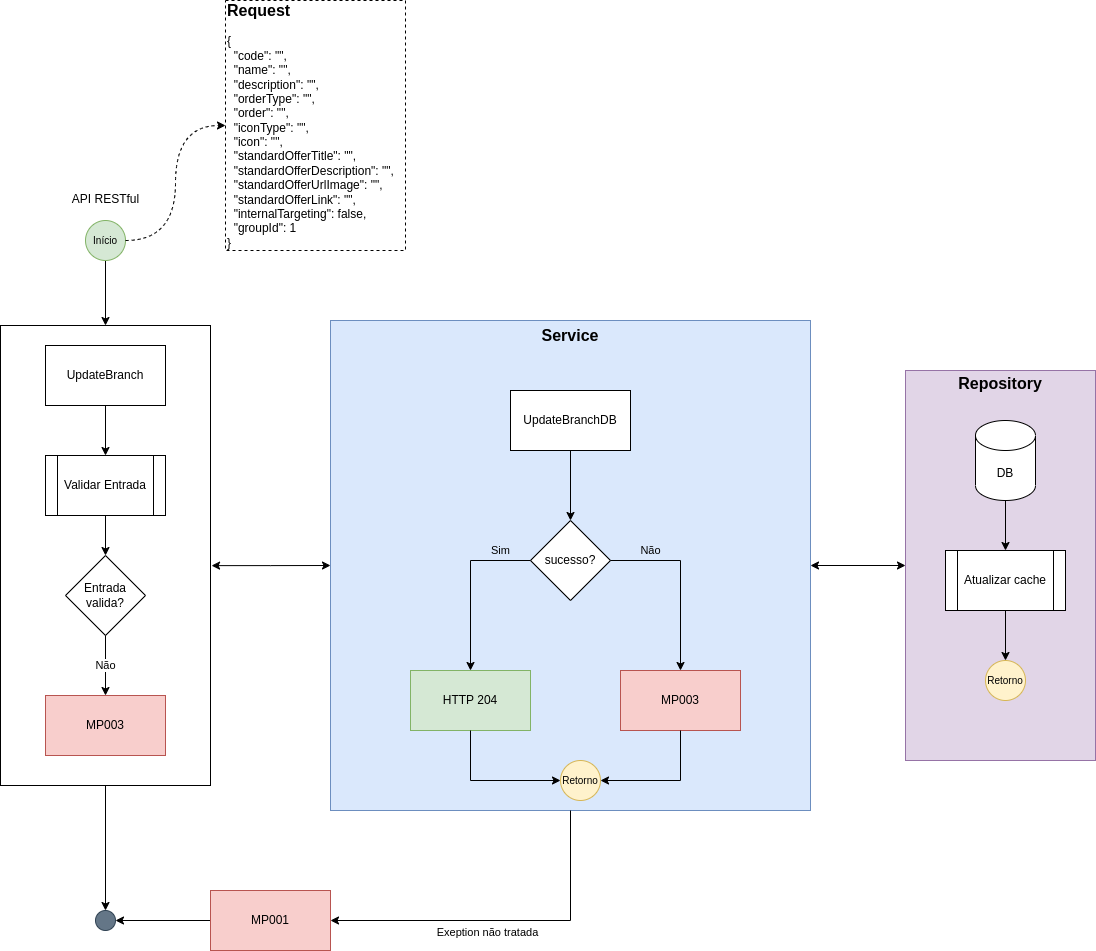
This is MP_estrutura_grupos_ramos-API-UpdateBranches-Fluxogram.drawio.png from eduardohv-ciandt/vsminhasprotecoes, a draw.io export, as it was before one commit. Source tidied: cells renumbered, new cells last; positions are measured from the earlier drawing's top-left corner, leaving out a move shared by most shapes. Source of this version:
```xml
<mxGraphModel>
  <root>
    <mxCell id="0" />
    <mxCell id="1" parent="0" />
    <mxCell id="2" style="edgeStyle=orthogonalEdgeStyle;rounded=0;jettySize=auto;html=1;labelBackgroundColor=none;fontSize=16;" parent="1" edge="1" source="28" target="4">
      <mxGeometry relative="1" as="geometry" />
    </mxCell>
    <mxCell id="3" style="edgeStyle=orthogonalEdgeStyle;rounded=0;jettySize=auto;html=1;entryX=0;entryY=0.5;entryDx=0;entryDy=0;labelBackgroundColor=none;fontSize=16;startArrow=classic;startFill=1;" parent="1" edge="1" source="15" target="8">
      <mxGeometry relative="1" as="geometry" />
    </mxCell>
    <mxCell id="4" style="ellipse;whiteSpace=wrap;html=1;fillColor=#647687;strokeColor=#314354;fontSize=10;fontColor=#ffffff;" parent="1" vertex="1">
      <mxGeometry x="95" y="910" width="20" height="20" as="geometry" />
    </mxCell>
    <mxCell id="5" style="edgeStyle=orthogonalEdgeStyle;rounded=0;jettySize=auto;html=1;fontSize=10;entryX=0.5;entryY=0;entryDx=0;entryDy=0;" parent="1" edge="1" target="28">
      <mxGeometry relative="1" as="geometry">
        <mxPoint x="105" y="260" as="sourcePoint" />
      </mxGeometry>
    </mxCell>
    <mxCell id="6" style="edgeStyle=orthogonalEdgeStyle;rounded=0;jettySize=auto;html=1;entryX=1;entryY=0.5;entryDx=0;entryDy=0;labelBackgroundColor=none;fontSize=16;" parent="1" edge="1" source="7" target="4">
      <mxGeometry relative="1" as="geometry" />
    </mxCell>
    <mxCell id="7" value="MP001" style="rounded=0;whiteSpace=wrap;html=1;fillColor=#f8cecc;strokeColor=#b85450;" parent="1" vertex="1">
      <mxGeometry x="210" y="890" width="120" height="60" as="geometry" />
    </mxCell>
    <mxCell id="8" value="&lt;b&gt;&lt;font style=&quot;font-size: 16px;&quot;&gt;Repository&lt;br&gt;&lt;br&gt;&lt;br&gt;&lt;br&gt;&lt;br&gt;&lt;br&gt;&lt;br&gt;&lt;br&gt;&lt;br&gt;&lt;br&gt;&lt;br&gt;&lt;br&gt;&lt;br&gt;&lt;br&gt;&lt;br&gt;&lt;br&gt;&lt;br&gt;&lt;br&gt;&lt;br&gt;&lt;br&gt;&lt;/font&gt;&lt;/b&gt;" style="rounded=0;whiteSpace=wrap;html=1;fillColor=#e1d5e7;strokeColor=#9673a6;" parent="1" vertex="1">
      <mxGeometry x="905" y="370" width="190" height="390" as="geometry" />
    </mxCell>
    <mxCell id="9" value="DB" style="shape=cylinder3;whiteSpace=wrap;html=1;boundedLbl=1;backgroundOutline=1;size=15;" parent="1" vertex="1">
      <mxGeometry x="975" y="420" width="60" height="80" as="geometry" />
    </mxCell>
    <mxCell id="10" value="Atualizar cache" style="shape=process;whiteSpace=wrap;html=1;backgroundOutline=1;" parent="1" vertex="1">
      <mxGeometry x="945" y="550" width="120" height="60" as="geometry" />
    </mxCell>
    <mxCell id="11" style="edgeStyle=orthogonalEdgeStyle;rounded=0;jettySize=auto;html=1;entryX=0.5;entryY=0;entryDx=0;entryDy=0;exitX=0.5;exitY=1;exitDx=0;exitDy=0;exitPerimeter=0;" parent="1" edge="1" source="9" target="10">
      <mxGeometry relative="1" as="geometry" />
    </mxCell>
    <mxCell id="12" value="Retorno" style="ellipse;whiteSpace=wrap;html=1;fillColor=#fff2cc;strokeColor=#d6b656;fontSize=10;" parent="1" vertex="1">
      <mxGeometry x="985" y="660" width="40" height="40" as="geometry" />
    </mxCell>
    <mxCell id="13" style="edgeStyle=orthogonalEdgeStyle;rounded=0;jettySize=auto;html=1;entryX=0.5;entryY=0;entryDx=0;entryDy=0;exitX=0.5;exitY=1;exitDx=0;exitDy=0;" parent="1" edge="1" source="10" target="12">
      <mxGeometry relative="1" as="geometry" />
    </mxCell>
    <mxCell id="14" style="group;" parent="1" vertex="1">
      <mxGeometry x="330" y="320" width="480" height="490" as="geometry" />
    </mxCell>
    <mxCell id="15" value="&lt;b&gt;&lt;font style=&quot;font-size: 16px;&quot;&gt;Service&lt;br&gt;&lt;br&gt;&lt;br&gt;&lt;br&gt;&lt;br&gt;&lt;br&gt;&lt;br&gt;&lt;br&gt;&lt;br&gt;&lt;br&gt;&lt;br&gt;&lt;br&gt;&lt;br&gt;&lt;br&gt;&lt;br&gt;&lt;br&gt;&lt;br&gt;&lt;br&gt;&lt;br&gt;&lt;br&gt;&lt;br&gt;&lt;br&gt;&lt;br&gt;&lt;br&gt;&lt;br&gt;&lt;/font&gt;&lt;/b&gt;" style="rounded=0;whiteSpace=wrap;html=1;fillColor=#dae8fc;strokeColor=#6c8ebf;" parent="14" vertex="1">
      <mxGeometry width="480" height="490" as="geometry" />
    </mxCell>
    <mxCell id="16" value="UpdateBranchDB" style="rounded=0;whiteSpace=wrap;html=1;" parent="14" vertex="1">
      <mxGeometry x="180" y="70" width="120" height="60" as="geometry" />
    </mxCell>
    <mxCell id="17" value="sucesso?" style="rhombus;whiteSpace=wrap;html=1;" parent="14" vertex="1">
      <mxGeometry x="200" y="200" width="80" height="80" as="geometry" />
    </mxCell>
    <mxCell id="18" style="edgeStyle=orthogonalEdgeStyle;rounded=0;jettySize=auto;html=1;labelBackgroundColor=none;fontSize=16;entryX=0.5;entryY=0;entryDx=0;entryDy=0;exitX=0.5;exitY=1;exitDx=0;exitDy=0;" parent="14" edge="1" source="16" target="17">
      <mxGeometry relative="1" as="geometry" />
    </mxCell>
    <mxCell id="19" value="MP003" style="rounded=0;whiteSpace=wrap;html=1;fillColor=#f8cecc;strokeColor=#b85450;" parent="14" vertex="1">
      <mxGeometry x="290" y="350" width="120" height="60" as="geometry" />
    </mxCell>
    <mxCell id="20" value="Não" style="edgeStyle=orthogonalEdgeStyle;rounded=0;jettySize=auto;html=1;entryX=0.5;entryY=0;entryDx=0;entryDy=0;labelBackgroundColor=none;" parent="14" edge="1" source="17" target="19">
      <mxGeometry x="-0.56" y="10" relative="1" as="geometry" />
    </mxCell>
    <mxCell id="21" value="HTTP 204" style="rounded=0;whiteSpace=wrap;html=1;fillColor=#d5e8d4;strokeColor=#82b366;" parent="14" vertex="1">
      <mxGeometry x="80" y="350" width="120" height="60" as="geometry" />
    </mxCell>
    <mxCell id="22" value="Sim" style="edgeStyle=orthogonalEdgeStyle;rounded=0;jettySize=auto;html=1;exitX=0;exitY=0.5;exitDx=0;exitDy=0;entryX=0.5;entryY=0;entryDx=0;entryDy=0;labelBackgroundColor=none;" parent="14" edge="1" source="17" target="21">
      <mxGeometry x="-0.65" y="-10" relative="1" as="geometry" />
    </mxCell>
    <mxCell id="23" value="Retorno" style="ellipse;whiteSpace=wrap;html=1;fillColor=#fff2cc;strokeColor=#d6b656;fontSize=10;" parent="14" vertex="1">
      <mxGeometry x="230" y="440" width="40" height="40" as="geometry" />
    </mxCell>
    <mxCell id="24" style="edgeStyle=orthogonalEdgeStyle;rounded=0;jettySize=auto;html=1;entryX=1;entryY=0.5;entryDx=0;entryDy=0;labelBackgroundColor=none;fontSize=16;exitX=0.5;exitY=1;exitDx=0;exitDy=0;" parent="14" edge="1" source="19" target="23">
      <mxGeometry relative="1" as="geometry" />
    </mxCell>
    <mxCell id="25" style="edgeStyle=orthogonalEdgeStyle;rounded=0;jettySize=auto;html=1;entryX=0;entryY=0.5;entryDx=0;entryDy=0;labelBackgroundColor=none;fontSize=16;exitX=0.5;exitY=1;exitDx=0;exitDy=0;" parent="14" edge="1" source="21" target="23">
      <mxGeometry relative="1" as="geometry" />
    </mxCell>
    <mxCell id="26" value="&lt;font style=&quot;font-size: 11px;&quot;&gt;Exeption não tratada&lt;/font&gt;" style="edgeStyle=orthogonalEdgeStyle;rounded=0;jettySize=auto;html=1;entryX=1;entryY=0.5;entryDx=0;entryDy=0;labelBackgroundColor=none;fontSize=16;exitX=0.5;exitY=1;exitDx=0;exitDy=0;" parent="1" edge="1" source="15" target="7">
      <mxGeometry x="0.1" y="10" relative="1" as="geometry" />
    </mxCell>
    <mxCell id="27" style="group;" parent="1" vertex="1">
      <mxGeometry y="325" width="210" height="460" as="geometry" />
    </mxCell>
    <mxCell id="28" style="rounded=0;whiteSpace=wrap;html=1;fontSize=16;" parent="27" vertex="1">
      <mxGeometry width="210" height="460" as="geometry" />
    </mxCell>
    <mxCell id="29" value="UpdateBranch" style="rounded=0;whiteSpace=wrap;html=1;" parent="27" vertex="1">
      <mxGeometry x="45" y="20" width="120" height="60" as="geometry" />
    </mxCell>
    <mxCell id="30" value="Validar Entrada" style="shape=process;whiteSpace=wrap;html=1;backgroundOutline=1;" parent="27" vertex="1">
      <mxGeometry x="45" y="130" width="120" height="60" as="geometry" />
    </mxCell>
    <mxCell id="31" style="edgeStyle=orthogonalEdgeStyle;rounded=0;jettySize=auto;html=1;" parent="27" edge="1" source="29" target="30">
      <mxGeometry relative="1" as="geometry" />
    </mxCell>
    <mxCell id="32" value="Entrada&lt;br&gt;valida?" style="rhombus;whiteSpace=wrap;html=1;" parent="27" vertex="1">
      <mxGeometry x="65" y="230" width="80" height="80" as="geometry" />
    </mxCell>
    <mxCell id="33" style="edgeStyle=orthogonalEdgeStyle;rounded=0;jettySize=auto;html=1;" parent="27" edge="1" source="30" target="32">
      <mxGeometry relative="1" as="geometry" />
    </mxCell>
    <mxCell id="34" value="MP003" style="rounded=0;whiteSpace=wrap;html=1;fillColor=#f8cecc;strokeColor=#b85450;" parent="27" vertex="1">
      <mxGeometry x="45" y="370" width="120" height="60" as="geometry" />
    </mxCell>
    <mxCell id="35" value="Não" style="edgeStyle=orthogonalEdgeStyle;rounded=0;jettySize=auto;html=1;exitX=0.5;exitY=1;exitDx=0;exitDy=0;entryX=0.5;entryY=0;entryDx=0;entryDy=0;" parent="27" edge="1" source="32" target="34">
      <mxGeometry relative="1" as="geometry" />
    </mxCell>
    <mxCell id="36" style="edgeStyle=orthogonalEdgeStyle;rounded=0;jettySize=auto;html=1;entryX=0;entryY=0.5;entryDx=0;entryDy=0;labelBackgroundColor=none;fontSize=11;startArrow=classic;startFill=1;exitX=1.005;exitY=0.522;exitDx=0;exitDy=0;exitPerimeter=0;" parent="1" edge="1" source="28" target="15">
      <mxGeometry relative="1" as="geometry" />
    </mxCell>
    <mxCell id="37" value="Início" style="ellipse;whiteSpace=wrap;html=1;fillColor=#d5e8d4;strokeColor=#82b366;fontSize=10;" parent="1" vertex="1">
      <mxGeometry x="85" y="220" width="40" height="40" as="geometry" />
    </mxCell>
    <mxCell id="38" value="&lt;span style=&quot;font-size: 12px; font-weight: 400; text-align: left;&quot;&gt;API RESTful&lt;/span&gt;" style="text;strokeColor=none;fillColor=none;html=1;fontSize=24;fontStyle=1;verticalAlign=middle;align=center;" parent="1" vertex="1">
      <mxGeometry x="67.5" y="180" width="75" height="30" as="geometry" />
    </mxCell>
    <mxCell id="39" value="&lt;div style=&quot;&quot;&gt;&lt;b&gt;Request&lt;/b&gt;&lt;/div&gt;&lt;div style=&quot;font-size: 12px;&quot;&gt;&lt;br&gt;&lt;/div&gt;&lt;div style=&quot;font-size: 12px;&quot;&gt;&lt;div style=&quot;border-color: var(--border-color);&quot;&gt;{&lt;/div&gt;&lt;div style=&quot;border-color: var(--border-color);&quot;&gt;&amp;nbsp; &quot;code&quot;: &quot;&quot;,&lt;br style=&quot;border-color: var(--border-color);&quot;&gt;&lt;/div&gt;&lt;div style=&quot;border-color: var(--border-color);&quot;&gt;&amp;nbsp; &quot;name&quot;: &quot;&quot;,&lt;/div&gt;&lt;div style=&quot;border-color: var(--border-color);&quot;&gt;&amp;nbsp; &quot;description&quot;: &quot;&quot;,&lt;/div&gt;&lt;div style=&quot;border-color: var(--border-color);&quot;&gt;&amp;nbsp; &quot;orderType&quot;: &quot;&quot;,&lt;/div&gt;&lt;div style=&quot;border-color: var(--border-color);&quot;&gt;&amp;nbsp; &quot;order&quot;: &quot;&quot;,&lt;/div&gt;&lt;div style=&quot;border-color: var(--border-color);&quot;&gt;&amp;nbsp; &quot;iconType&quot;: &quot;&quot;,&lt;/div&gt;&lt;div style=&quot;border-color: var(--border-color);&quot;&gt;&amp;nbsp; &quot;icon&quot;: &quot;&quot;,&lt;/div&gt;&lt;div style=&quot;border-color: var(--border-color);&quot;&gt;&amp;nbsp; &quot;standardOfferTitle&quot;: &quot;&quot;,&lt;/div&gt;&lt;div style=&quot;border-color: var(--border-color);&quot;&gt;&amp;nbsp; &quot;standardOfferDescription&quot;: &quot;&quot;,&lt;br style=&quot;border-color: var(--border-color);&quot;&gt;&lt;/div&gt;&lt;div style=&quot;border-color: var(--border-color);&quot;&gt;&amp;nbsp; &quot;standardOfferUrlImage&quot;: &quot;&quot;,&lt;br style=&quot;border-color: var(--border-color);&quot;&gt;&lt;/div&gt;&lt;div style=&quot;border-color: var(--border-color);&quot;&gt;&amp;nbsp; &quot;standardOfferLink&quot;: &quot;&quot;,&lt;br style=&quot;border-color: var(--border-color);&quot;&gt;&lt;/div&gt;&lt;div style=&quot;border-color: var(--border-color);&quot;&gt;&amp;nbsp; &quot;internalTargeting&quot;: false,&lt;/div&gt;&lt;div style=&quot;border-color: var(--border-color);&quot;&gt;&lt;span style=&quot;background-color: initial;&quot;&gt;&amp;nbsp; &quot;groupId&quot;: 1&lt;/span&gt;&lt;br&gt;&lt;/div&gt;&lt;div style=&quot;border-color: var(--border-color);&quot;&gt;}&lt;/div&gt;&lt;/div&gt;" style="rounded=0;whiteSpace=wrap;html=1;fontSize=16;labelBackgroundColor=none;align=left;dashed=1;spacing=2;" parent="1" vertex="1">
      <mxGeometry x="225" width="180" height="250" as="geometry" />
    </mxCell>
    <mxCell id="40" style="edgeStyle=orthogonalEdgeStyle;rounded=0;jettySize=auto;html=1;entryX=0;entryY=0.5;entryDx=0;entryDy=0;dashed=1;exitX=1;exitY=0.5;exitDx=0;exitDy=0;curved=1;" parent="1" edge="1" source="37" target="39">
      <mxGeometry relative="1" as="geometry" />
    </mxCell>
  </root>
</mxGraphModel>
```
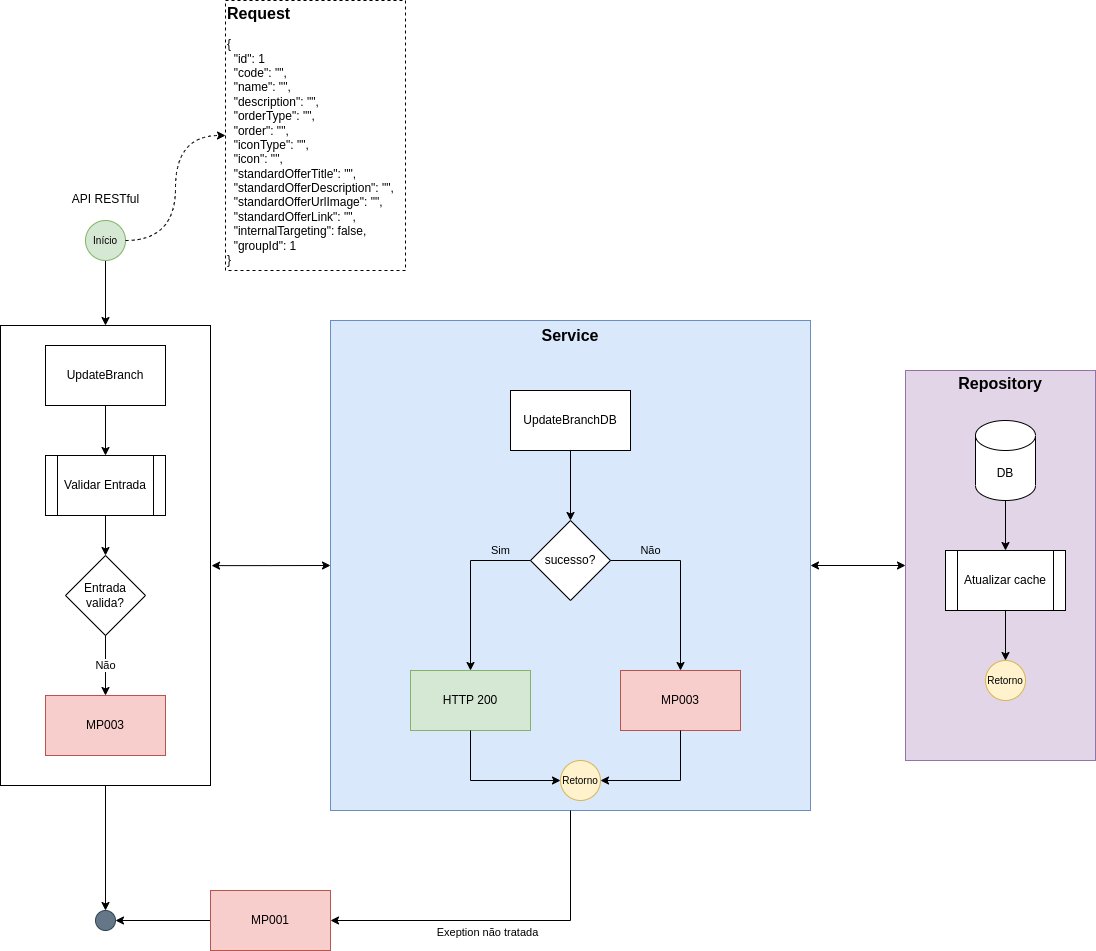
After the change.

The edit, as a diff of the source:
```diff
@@ -61,7 +61,7 @@
     <mxCell id="20" value="Não" style="edgeStyle=orthogonalEdgeStyle;rounded=0;jettySize=auto;html=1;entryX=0.5;entryY=0;entryDx=0;entryDy=0;labelBackgroundColor=none;" parent="14" edge="1" source="17" target="19">
       <mxGeometry x="-0.56" y="10" relative="1" as="geometry" />
     </mxCell>
-    <mxCell id="21" value="HTTP 204" style="rounded=0;whiteSpace=wrap;html=1;fillColor=#d5e8d4;strokeColor=#82b366;" parent="14" vertex="1">
+    <mxCell id="21" value="HTTP 200" style="rounded=0;whiteSpace=wrap;html=1;fillColor=#d5e8d4;strokeColor=#82b366;" parent="14" vertex="1">
       <mxGeometry x="80" y="350" width="120" height="60" as="geometry" />
     </mxCell>
     <mxCell id="22" value="Sim" style="edgeStyle=orthogonalEdgeStyle;rounded=0;jettySize=auto;html=1;exitX=0;exitY=0.5;exitDx=0;exitDy=0;entryX=0.5;entryY=0;entryDx=0;entryDy=0;labelBackgroundColor=none;" parent="14" edge="1" source="17" target="21">
@@ -115,8 +115,8 @@
     <mxCell id="38" value="&lt;span style=&quot;font-size: 12px; font-weight: 400; text-align: left;&quot;&gt;API RESTful&lt;/span&gt;" style="text;strokeColor=none;fillColor=none;html=1;fontSize=24;fontStyle=1;verticalAlign=middle;align=center;" parent="1" vertex="1">
       <mxGeometry x="67.5" y="180" width="75" height="30" as="geometry" />
     </mxCell>
-    <mxCell id="39" value="&lt;div style=&quot;&quot;&gt;&lt;b&gt;Request&lt;/b&gt;&lt;/div&gt;&lt;div style=&quot;font-size: 12px;&quot;&gt;&lt;br&gt;&lt;/div&gt;&lt;div style=&quot;font-size: 12px;&quot;&gt;&lt;div style=&quot;border-color: var(--border-color);&quot;&gt;{&lt;/div&gt;&lt;div style=&quot;border-color: var(--border-color);&quot;&gt;&amp;nbsp; &quot;code&quot;: &quot;&quot;,&lt;br style=&quot;border-color: var(--border-color);&quot;&gt;&lt;/div&gt;&lt;div style=&quot;border-color: var(--border-color);&quot;&gt;&amp;nbsp; &quot;name&quot;: &quot;&quot;,&lt;/div&gt;&lt;div style=&quot;border-color: var(--border-color);&quot;&gt;&amp;nbsp; &quot;description&quot;: &quot;&quot;,&lt;/div&gt;&lt;div style=&quot;border-color: var(--border-color);&quot;&gt;&amp;nbsp; &quot;orderType&quot;: &quot;&quot;,&lt;/div&gt;&lt;div style=&quot;border-color: var(--border-color);&quot;&gt;&amp;nbsp; &quot;order&quot;: &quot;&quot;,&lt;/div&gt;&lt;div style=&quot;border-color: var(--border-color);&quot;&gt;&amp;nbsp; &quot;iconType&quot;: &quot;&quot;,&lt;/div&gt;&lt;div style=&quot;border-color: var(--border-color);&quot;&gt;&amp;nbsp; &quot;icon&quot;: &quot;&quot;,&lt;/div&gt;&lt;div style=&quot;border-color: var(--border-color);&quot;&gt;&amp;nbsp; &quot;standardOfferTitle&quot;: &quot;&quot;,&lt;/div&gt;&lt;div style=&quot;border-color: var(--border-color);&quot;&gt;&amp;nbsp; &quot;standardOfferDescription&quot;: &quot;&quot;,&lt;br style=&quot;border-color: var(--border-color);&quot;&gt;&lt;/div&gt;&lt;div style=&quot;border-color: var(--border-color);&quot;&gt;&amp;nbsp; &quot;standardOfferUrlImage&quot;: &quot;&quot;,&lt;br style=&quot;border-color: var(--border-color);&quot;&gt;&lt;/div&gt;&lt;div style=&quot;border-color: var(--border-color);&quot;&gt;&amp;nbsp; &quot;standardOfferLink&quot;: &quot;&quot;,&lt;br style=&quot;border-color: var(--border-color);&quot;&gt;&lt;/div&gt;&lt;div style=&quot;border-color: var(--border-color);&quot;&gt;&amp;nbsp; &quot;internalTargeting&quot;: false,&lt;/div&gt;&lt;div style=&quot;border-color: var(--border-color);&quot;&gt;&lt;span style=&quot;background-color: initial;&quot;&gt;&amp;nbsp; &quot;groupId&quot;: 1&lt;/span&gt;&lt;br&gt;&lt;/div&gt;&lt;div style=&quot;border-color: var(--border-color);&quot;&gt;}&lt;/div&gt;&lt;/div&gt;" style="rounded=0;whiteSpace=wrap;html=1;fontSize=16;labelBackgroundColor=none;align=left;dashed=1;spacing=2;" parent="1" vertex="1">
-      <mxGeometry x="225" width="180" height="250" as="geometry" />
+    <mxCell id="39" value="&lt;div style=&quot;&quot;&gt;&lt;b&gt;Request&lt;/b&gt;&lt;/div&gt;&lt;div style=&quot;font-size: 12px;&quot;&gt;&lt;br&gt;&lt;/div&gt;&lt;div style=&quot;font-size: 12px;&quot;&gt;&lt;div style=&quot;border-color: var(--border-color);&quot;&gt;{&lt;/div&gt;&lt;div style=&quot;border-color: var(--border-color);&quot;&gt;&amp;nbsp; &quot;id&quot;: 1&lt;/div&gt;&lt;div style=&quot;border-color: var(--border-color);&quot;&gt;&amp;nbsp; &quot;code&quot;: &quot;&quot;,&lt;br style=&quot;border-color: var(--border-color);&quot;&gt;&lt;/div&gt;&lt;div style=&quot;border-color: var(--border-color);&quot;&gt;&amp;nbsp; &quot;name&quot;: &quot;&quot;,&lt;/div&gt;&lt;div style=&quot;border-color: var(--border-color);&quot;&gt;&amp;nbsp; &quot;description&quot;: &quot;&quot;,&lt;/div&gt;&lt;div style=&quot;border-color: var(--border-color);&quot;&gt;&amp;nbsp; &quot;orderType&quot;: &quot;&quot;,&lt;/div&gt;&lt;div style=&quot;border-color: var(--border-color);&quot;&gt;&amp;nbsp; &quot;order&quot;: &quot;&quot;,&lt;/div&gt;&lt;div style=&quot;border-color: var(--border-color);&quot;&gt;&amp;nbsp; &quot;iconType&quot;: &quot;&quot;,&lt;/div&gt;&lt;div style=&quot;border-color: var(--border-color);&quot;&gt;&amp;nbsp; &quot;icon&quot;: &quot;&quot;,&lt;/div&gt;&lt;div style=&quot;border-color: var(--border-color);&quot;&gt;&amp;nbsp; &quot;standardOfferTitle&quot;: &quot;&quot;,&lt;/div&gt;&lt;div style=&quot;border-color: var(--border-color);&quot;&gt;&amp;nbsp; &quot;standardOfferDescription&quot;: &quot;&quot;,&lt;br style=&quot;border-color: var(--border-color);&quot;&gt;&lt;/div&gt;&lt;div style=&quot;border-color: var(--border-color);&quot;&gt;&amp;nbsp; &quot;standardOfferUrlImage&quot;: &quot;&quot;,&lt;br style=&quot;border-color: var(--border-color);&quot;&gt;&lt;/div&gt;&lt;div style=&quot;border-color: var(--border-color);&quot;&gt;&amp;nbsp; &quot;standardOfferLink&quot;: &quot;&quot;,&lt;br style=&quot;border-color: var(--border-color);&quot;&gt;&lt;/div&gt;&lt;div style=&quot;border-color: var(--border-color);&quot;&gt;&amp;nbsp; &quot;internalTargeting&quot;: false,&lt;/div&gt;&lt;div style=&quot;border-color: var(--border-color);&quot;&gt;&lt;span style=&quot;background-color: initial;&quot;&gt;&amp;nbsp; &quot;groupId&quot;: 1&lt;/span&gt;&lt;br&gt;&lt;/div&gt;&lt;div style=&quot;border-color: var(--border-color);&quot;&gt;}&lt;/div&gt;&lt;/div&gt;" style="rounded=0;whiteSpace=wrap;html=1;fontSize=16;labelBackgroundColor=none;align=left;dashed=1;spacing=2;" parent="1" vertex="1">
+      <mxGeometry x="225" width="180" height="270" as="geometry" />
     </mxCell>
     <mxCell id="40" style="edgeStyle=orthogonalEdgeStyle;rounded=0;jettySize=auto;html=1;entryX=0;entryY=0.5;entryDx=0;entryDy=0;dashed=1;exitX=1;exitY=0.5;exitDx=0;exitDy=0;curved=1;" parent="1" edge="1" source="37" target="39">
       <mxGeometry relative="1" as="geometry" />
```
